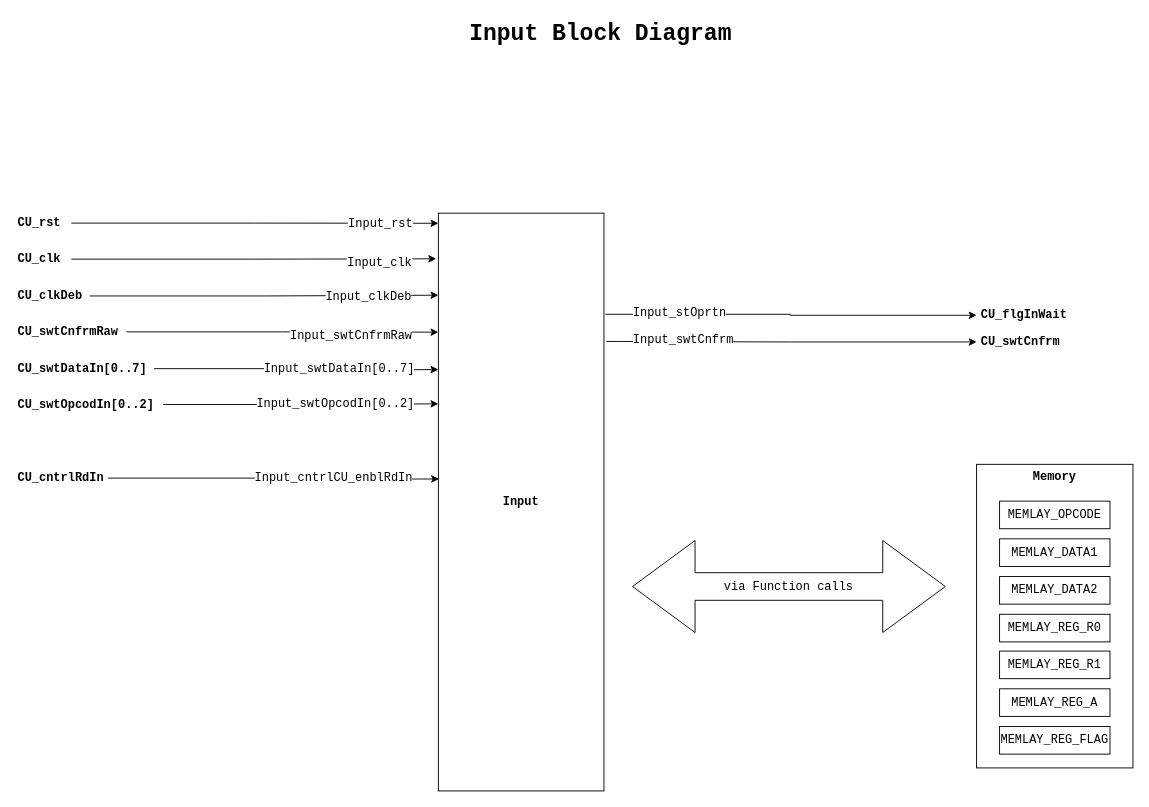
Earlier version of the draw.io diagram page "Input_BD" (4 of 8) of 04_ControlUnit_v1/CPU_Design.drawio (Vichu95/Basic_CPU_FPGA). Source tidied: cells renumbered, new cells numbered last; positions are measured from the earlier drawing's top-left corner, leaving out a move shared by most shapes. Both pictures are drawn from the tidied source at 92%, with x=0, y=0 at pixel (16, 16).
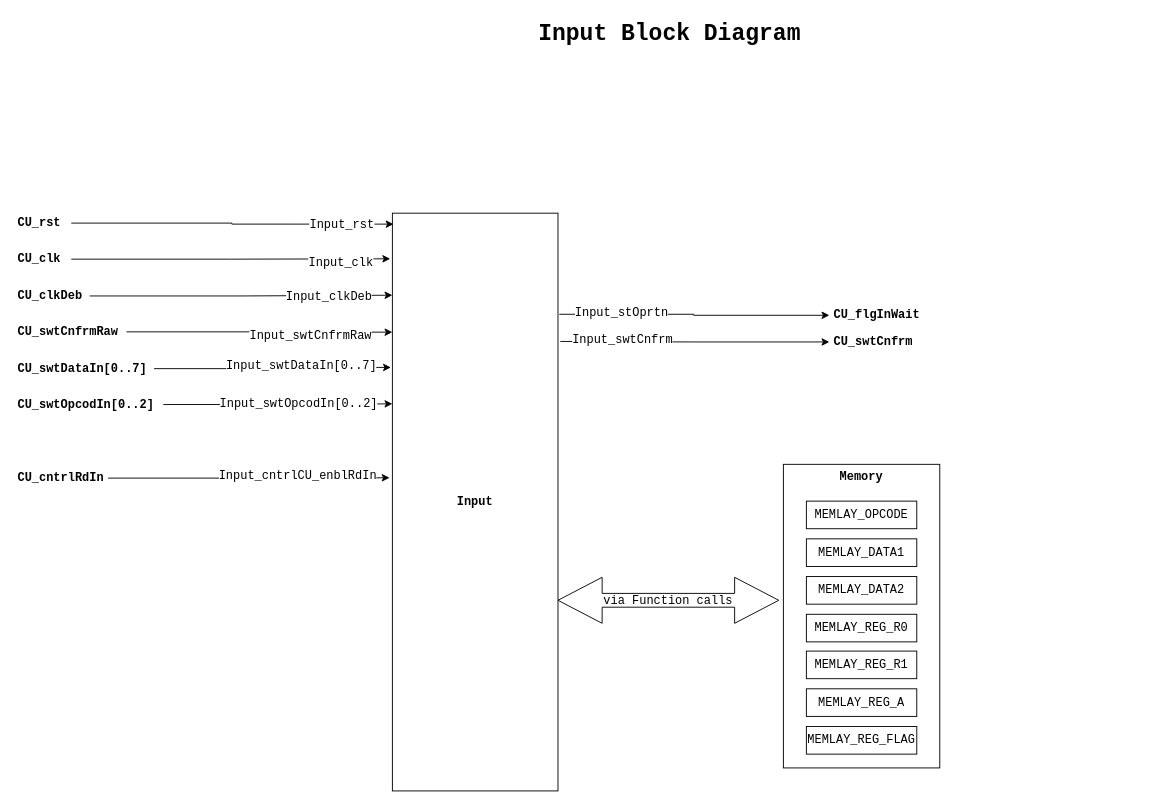
Above is the later version.

The change refers to these unchanged cells:
```xml
<mxCell id="9" value="CU_rst" style="text;html=1;align=left;verticalAlign=middle;points=[];strokeColor=none;fillColor=none;fontStyle=1;labelBackgroundColor=none;fontColor=#000000;fontSize=13;fontFamily=Courier New;spacing=2;spacingRight=-13;" parent="1" vertex="1">
  <mxGeometry y="210" width="60" height="30" as="geometry" />
</mxCell>
<mxCell id="12" value="CU_swtDataIn[0..7]" style="text;html=1;align=left;verticalAlign=middle;points=[];strokeColor=none;fillColor=none;fontStyle=1;labelBackgroundColor=none;fontColor=#000000;fontSize=13;fontFamily=Courier New;spacing=2;spacingRight=-13;" parent="1" vertex="1">
  <mxGeometry y="368.2" width="150" height="30" as="geometry" />
</mxCell>
<mxCell id="24" value="CU_cntrlRdIn" style="text;html=1;align=left;verticalAlign=middle;points=[];strokeColor=none;fillColor=none;fontStyle=1;labelBackgroundColor=none;fontColor=#000000;fontSize=13;fontFamily=Courier New;spacing=2;spacingRight=-13;" parent="1" vertex="1">
  <mxGeometry y="487.2" width="100" height="30" as="geometry" />
</mxCell>
<mxCell id="25" style="edgeStyle=orthogonalEdgeStyle;rounded=0;jettySize=auto;html=1;entryX=1.008;entryY=0.175;entryDx=0;entryDy=0;entryPerimeter=0;fontFamily=Courier New;fontSize=13;fontColor=#000000;startArrow=classic;startFill=1;endArrow=none;endFill=0;" parent="1" edge="1" source="27" target="3">
  <mxGeometry relative="1" as="geometry" />
</mxCell>
<mxCell id="28" style="edgeStyle=orthogonalEdgeStyle;rounded=0;jettySize=auto;html=1;entryX=1.014;entryY=0.222;entryDx=0;entryDy=0;entryPerimeter=0;fontFamily=Courier New;fontSize=13;fontColor=#000000;startArrow=classic;startFill=1;endArrow=none;endFill=0;" parent="1" edge="1" source="30" target="3">
  <mxGeometry relative="1" as="geometry" />
</mxCell>
```

Change to the diagram source:
```diff
@@
     <mxCell id="2" value="&lt;font style=&quot;font-size: 25px;&quot;&gt;&lt;b style=&quot;font-size: 25px;&quot;&gt;Input Block Diagram&lt;/b&gt;&lt;/font&gt;" style="text;html=1;align=center;verticalAlign=middle;strokeColor=none;fillColor=none;fontSize=25;fontFamily=Courier New;" parent="1" vertex="1">
-      <mxGeometry x="480" width="310" height="40" as="geometry" />
+      <mxGeometry x="555" width="310" height="40" as="geometry" />
     </mxCell>
     <mxCell id="3" value="&lt;b&gt;&lt;font style=&quot;font-size: 13px;&quot;&gt;Input&lt;/font&gt;&lt;/b&gt;" style="rounded=0;whiteSpace=wrap;html=1;fontFamily=Courier New;fontSize=11;" parent="1" vertex="1">
-      <mxGeometry x="459" y="214.2" width="180" height="628" as="geometry" />
+      <mxGeometry x="409" y="214.2" width="180" height="628" as="geometry" />
     </mxCell>
@@
-    <mxCell id="7" style="edgeStyle=orthogonalEdgeStyle;rounded=0;jettySize=auto;html=1;fontFamily=Courier New;fontSize=13;fontColor=#0000FF;" parent="1" edge="1" source="9">
-      <mxGeometry relative="1" as="geometry">
-        <mxPoint x="459" y="225.2" as="targetPoint" />
-      </mxGeometry>
+    <mxCell id="7" style="edgeStyle=orthogonalEdgeStyle;rounded=0;jettySize=auto;html=1;fontFamily=Courier New;fontSize=13;fontColor=#0000FF;entryX=0.007;entryY=0.019;entryDx=0;entryDy=0;entryPerimeter=0;" parent="1" edge="1" source="9" target="3">
+      <mxGeometry relative="1" as="geometry" />
     </mxCell>
@@
-    <mxCell id="10" style="edgeStyle=orthogonalEdgeStyle;rounded=0;jettySize=auto;html=1;fontFamily=Courier New;fontSize=13;fontColor=#000000;" parent="1" edge="1" source="12">
-      <mxGeometry relative="1" as="geometry">
-        <mxPoint x="459" y="384.2" as="targetPoint" />
-      </mxGeometry>
+    <mxCell id="10" style="edgeStyle=orthogonalEdgeStyle;rounded=0;jettySize=auto;html=1;fontFamily=Courier New;fontSize=13;fontColor=#000000;entryX=-0.009;entryY=0.267;entryDx=0;entryDy=0;entryPerimeter=0;" parent="1" edge="1" source="12" target="3">
+      <mxGeometry relative="1" as="geometry" />
     </mxCell>
@@
-    <mxCell id="22" style="edgeStyle=orthogonalEdgeStyle;rounded=0;jettySize=auto;html=1;entryX=0.004;entryY=0.457;entryDx=0;entryDy=0;entryPerimeter=0;fontFamily=Courier New;fontSize=13;fontColor=#000000;startArrow=none;startFill=0;endArrow=classic;endFill=1;" parent="1" edge="1" source="24">
-      <mxGeometry relative="1" as="geometry">
-        <mxPoint x="459.7" y="503.1" as="targetPoint" />
-      </mxGeometry>
+    <mxCell id="22" style="edgeStyle=orthogonalEdgeStyle;rounded=0;jettySize=auto;html=1;entryX=-0.017;entryY=0.458;entryDx=0;entryDy=0;entryPerimeter=0;fontFamily=Courier New;fontSize=13;fontColor=#000000;startArrow=none;startFill=0;endArrow=classic;endFill=1;" parent="1" edge="1" source="24" target="3">
+      <mxGeometry relative="1" as="geometry" />
     </mxCell>
@@
     <mxCell id="26" value="Input_stOprtn" style="edgeLabel;html=1;align=center;verticalAlign=middle;fontSize=13;fontFamily=Courier New;fontColor=#000000;" parent="25" vertex="1">
       <mxGeometry x="0.63" y="-2" relative="1" as="geometry">
-        <mxPoint x="5" as="offset" />
+        <mxPoint x="12" as="offset" />
       </mxGeometry>
     </mxCell>
     <mxCell id="27" value="CU_flgInWait" style="text;html=1;align=left;verticalAlign=middle;points=[];strokeColor=none;fillColor=none;fontStyle=1;labelBackgroundColor=none;fontColor=#000000;fontSize=13;fontFamily=Courier New;spacingLeft=3;" parent="1" vertex="1">
-      <mxGeometry x="1044" y="310.2" width="120" height="30" as="geometry" />
+      <mxGeometry x="884" y="310.2" width="120" height="30" as="geometry" />
     </mxCell>
@@
     <mxCell id="29" value="Input_swtCnfrm" style="edgeLabel;html=1;align=center;verticalAlign=middle;fontSize=13;fontFamily=Courier New;fontColor=#000000;" parent="28" vertex="1">
       <mxGeometry x="0.73" y="-2" relative="1" as="geometry">
-        <mxPoint x="29" as="offset" />
+        <mxPoint x="28" as="offset" />
       </mxGeometry>
     </mxCell>
     <mxCell id="30" value="CU_swtCnfrm" style="text;html=1;align=left;verticalAlign=middle;points=[];strokeColor=none;fillColor=none;fontStyle=1;labelBackgroundColor=none;fontColor=#000000;fontSize=13;fontFamily=Courier New;spacingLeft=3;" parent="1" vertex="1">
-      <mxGeometry x="1044" y="339.2" width="110" height="30" as="geometry" />
+      <mxGeometry x="884" y="339.2" width="110" height="30" as="geometry" />
     </mxCell>
     <mxCell id="31" style="group;" parent="1" vertex="1">
-      <mxGeometry x="1044" y="487.2" width="170" height="330" as="geometry" />
+      <mxGeometry x="834" y="487.2" width="170" height="330" as="geometry" />
     </mxCell>
@@
     <mxCell id="40" value="via Function calls" style="shape=doubleArrow;whiteSpace=wrap;html=1;labelBackgroundColor=none;fontFamily=Courier New;fontSize=13;fontColor=#000000;rotation=0;" parent="1" vertex="1">
-      <mxGeometry x="670" y="570" width="340" height="100" as="geometry" />
+      <mxGeometry x="589" y="610" width="240" height="50" as="geometry" />
     </mxCell>
```
